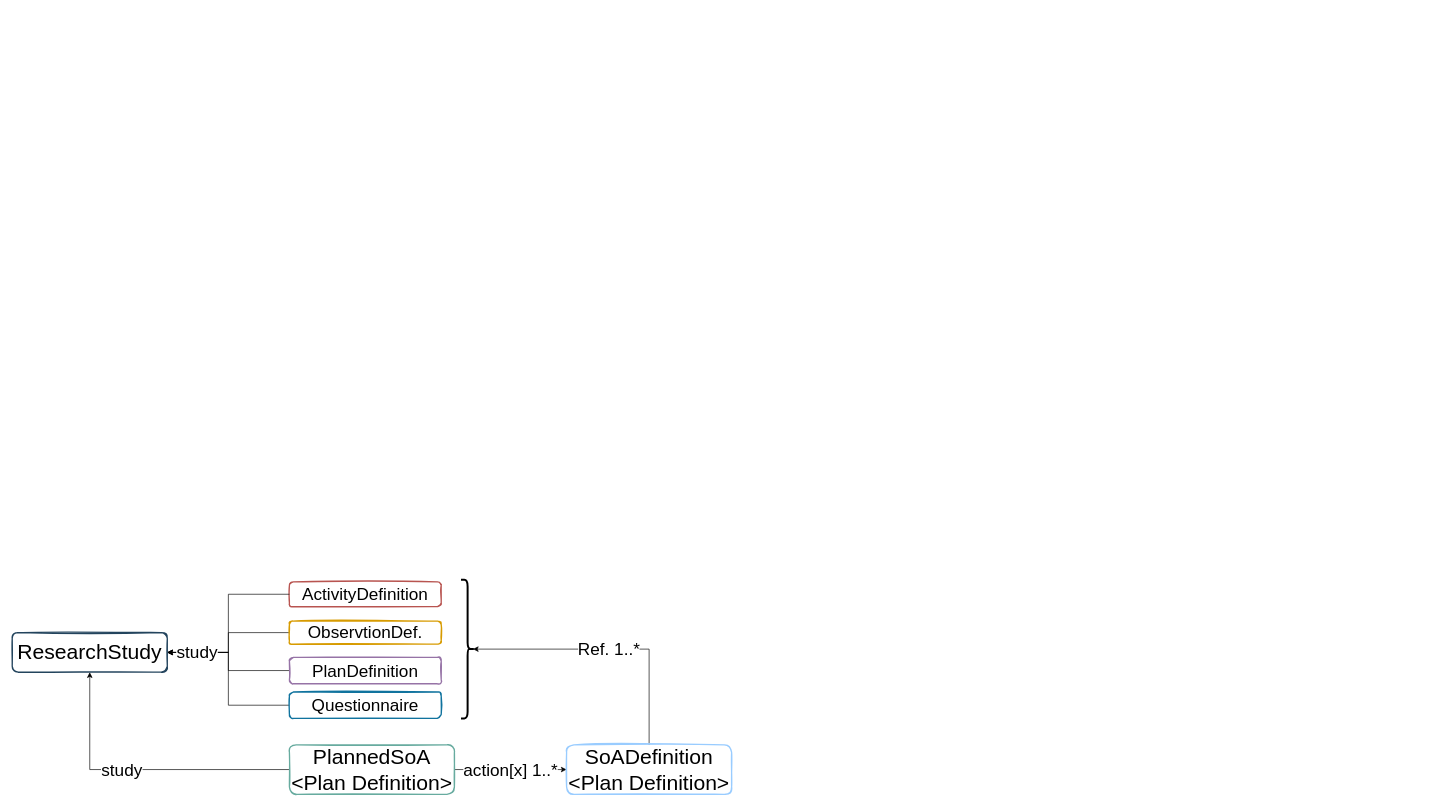
Earlier version of the draw.io diagram page "Copy of Page-1" (2 of 3) of input/models/DefinedActivities@Study.drawio (alpivonka/FHIR-ClinicalTrial-Examples). Source tidied: cells renumbered, new cells numbered last; positions are measured from the earlier drawing's top-left corner, leaving out a move shared by most shapes. Both pictures are drawn from the tidied source at 66%, with x=0, y=0 at pixel (12, 579).
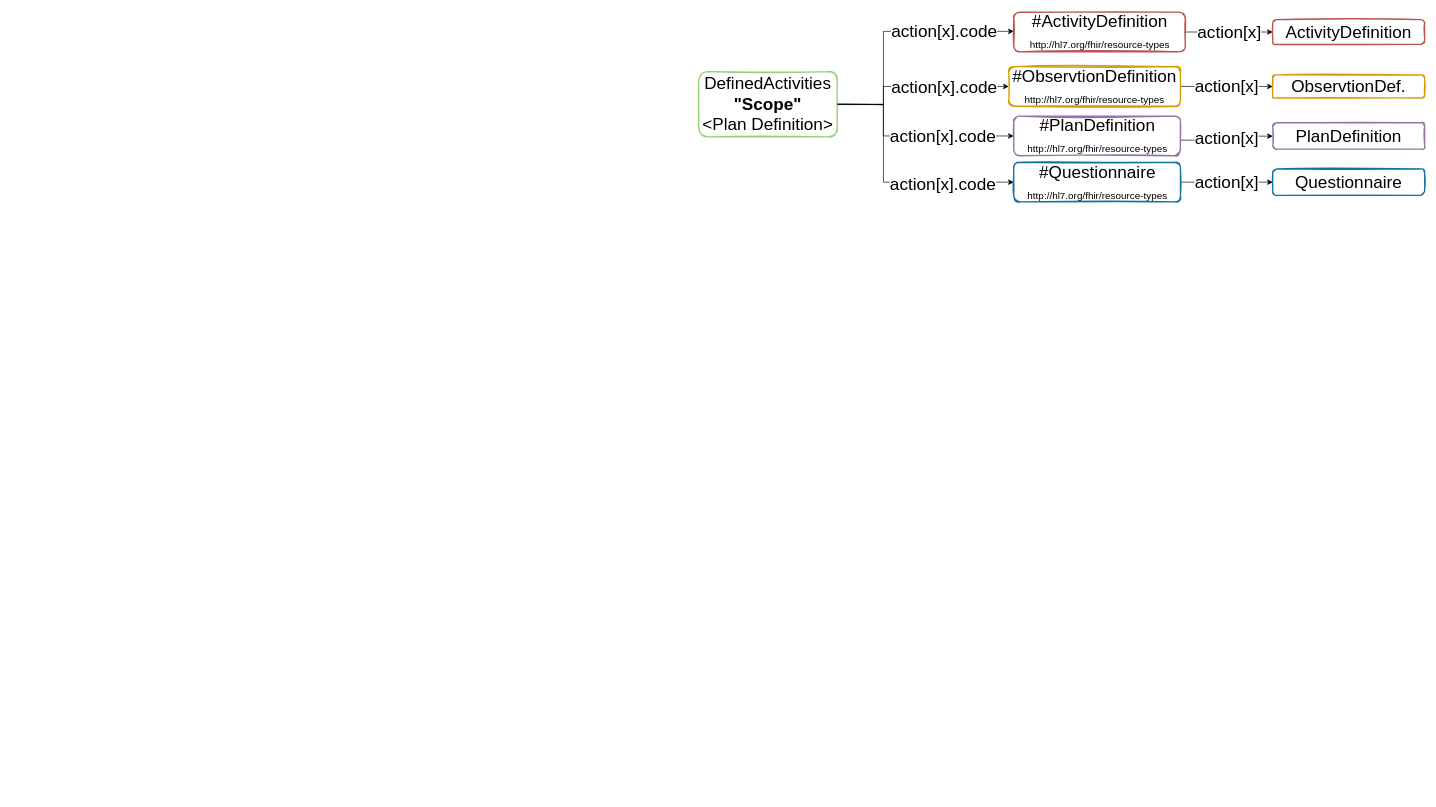
The same diagram, later.

The edit, as a diff of the source:
```diff
@@
-    <mxCell id="0" />
-    <mxCell id="1" parent="0" />
+    <mxCell id="21" />
+    <mxCell id="22" parent="21" />
-    <mxCell id="2" value="action[x].code" style="edgeStyle=orthogonalEdgeStyle;rounded=0;orthogonalLoop=1;jettySize=auto;html=1;fontSize=26;" parent="1" edge="1">
-      <mxGeometry x="0.33" relative="1" as="geometry">
-        <mxPoint x="650" y="127.6" as="sourcePoint" />
+    <mxCell id="2" value="action[x].code" style="edgeStyle=orthogonalEdgeStyle;rounded=0;jettySize=auto;html=1;fontSize=26;" parent="22" edge="1" target="26">
+      <mxGeometry x="0.44" relative="1" as="geometry">
+        <mxPoint x="1250" y="-720" as="sourcePoint" />
         <Array as="points">
-          <mxPoint x="680" y="128" />
-          <mxPoint x="680" y="20" />
+          <mxPoint x="1320" y="-720" />
+          <mxPoint x="1320" y="-831" />
         </Array>
       </mxGeometry>
     </mxCell>
-    <mxCell id="3" value="action[x].code" style="edgeStyle=orthogonalEdgeStyle;rounded=0;orthogonalLoop=1;jettySize=auto;html=1;fontSize=26;entryX=0;entryY=0.5;entryDx=0;entryDy=0;" parent="1" edge="1">
-      <mxGeometry x="0.3" relative="1" as="geometry">
-        <mxPoint x="650" y="127.6" as="sourcePoint" />
-        <Array as="points">
-          <mxPoint x="680" y="128" />
-          <mxPoint x="680" y="234" />
-        </Array>
-        <mxPoint x="1" as="offset" />
-      </mxGeometry>
-    </mxCell>
-    <mxCell id="4" value="ResearchStudy" style="whiteSpace=wrap;html=1;fontSize=32;fillColor=none;strokeColor=#23445d;rounded=1;strokeWidth=2;fillWeight=4;hachureGap=8;hachureAngle=45;sketch=1;glass=0;shadow=0;" parent="1" vertex="1">
-      <mxGeometry y="80" width="235" height="60" as="geometry" />
-    </mxCell>
-    <mxCell id="5" value="action[x].code" style="edgeStyle=orthogonalEdgeStyle;rounded=0;orthogonalLoop=1;jettySize=auto;html=1;fontSize=26;entryX=0;entryY=0.5;entryDx=0;entryDy=0;exitX=1;exitY=0.5;exitDx=0;exitDy=0;" parent="1" edge="1">
-      <mxGeometry x="0.13" relative="1" as="geometry">
-        <mxPoint x="650" y="127.5" as="sourcePoint" />
-        <Array as="points">
-          <mxPoint x="680" y="128" />
-          <mxPoint x="680" y="164" />
-        </Array>
-        <mxPoint x="1" as="offset" />
-      </mxGeometry>
-    </mxCell>
-    <mxCell id="6" value="action[x].code" style="edgeStyle=orthogonalEdgeStyle;rounded=0;orthogonalLoop=1;jettySize=auto;html=1;fontSize=26;entryX=0;entryY=0.5;entryDx=0;entryDy=0;exitX=1.008;exitY=0.613;exitDx=0;exitDy=0;exitPerimeter=0;" parent="1" edge="1">
-      <mxGeometry x="0.21" relative="1" as="geometry">
-        <mxPoint x="652" y="136" as="sourcePoint" />
-        <Array as="points">
-          <mxPoint x="652" y="128" />
-          <mxPoint x="680" y="128" />
-          <mxPoint x="680" y="89" />
-        </Array>
-      </mxGeometry>
-    </mxCell>
+    <mxCell id="23" value="action[x].code" style="edgeStyle=orthogonalEdgeStyle;rounded=0;jettySize=auto;html=1;fontSize=26;entryX=0;entryY=0.5;entryDx=0;entryDy=0;exitX=1;exitY=0.5;exitDx=0;exitDy=0;" parent="22" edge="1" source="24" target="28">
+      <mxGeometry x="0.44" y="-2" relative="1" as="geometry">
+        <Array as="points">
+          <mxPoint x="1320" y="-721" />
+          <mxPoint x="1320" y="-602" />
+        </Array>
+        <mxPoint y="1" as="offset" />
+      </mxGeometry>
+    </mxCell>
+    <mxCell id="24" value="DefinedActivities&lt;br&gt;&lt;b&gt;&quot;Scope&quot;&lt;/b&gt;&lt;br style=&quot;font-size: 26px;&quot;&gt;&amp;lt;Plan Definition&amp;gt;" style="rounded=1;whiteSpace=wrap;html=1;strokeWidth=2;fillWeight=4;hachureGap=8;hachureAngle=45;fillColor=none;sketch=1;fontSize=26;strokeColor=#97D077;" parent="22" vertex="1">
+      <mxGeometry x="1040" y="-770" width="210" height="98.8" as="geometry" />
+    </mxCell>
+    <mxCell id="25" value="action[x]" style="edgeStyle=orthogonalEdgeStyle;rounded=0;jettySize=auto;html=1;fontSize=26;" parent="22" edge="1" source="26" target="7">
+      <mxGeometry relative="1" as="geometry" />
+    </mxCell>
+    <mxCell id="26" value="#ActivityDefinition&lt;br&gt;&lt;span style=&quot;font-size: 15px;&quot;&gt;http://hl7.org/fhir/resource-types&lt;/span&gt;" style="whiteSpace=wrap;html=1;fontSize=26;fillColor=none;strokeColor=#b85450;rounded=1;strokeWidth=2;fillWeight=4;hachureGap=8;hachureAngle=45;sketch=1;" parent="22" vertex="1">
+      <mxGeometry x="1517.5" y="-860" width="260" height="60" as="geometry" />
+    </mxCell>
+    <mxCell id="27" value="action[x]" style="edgeStyle=orthogonalEdgeStyle;rounded=0;jettySize=auto;html=1;fontSize=26;" parent="22" edge="1" source="28" target="13">
+      <mxGeometry relative="1" as="geometry" />
+    </mxCell>
+    <mxCell id="28" value="#Questionnaire&lt;br&gt;&lt;span style=&quot;font-size: 15px;&quot;&gt;http://hl7.org/fhir/resource-types&lt;/span&gt;" style="whiteSpace=wrap;html=1;fontSize=26;fillColor=none;strokeColor=#10739e;rounded=1;strokeWidth=2;fillWeight=4;hachureGap=8;hachureAngle=45;sketch=1;" parent="22" vertex="1">
+      <mxGeometry x="1517.5" y="-632.5" width="252.5" height="60" as="geometry" />
+    </mxCell>
+    <mxCell id="29" value="action[x].code" style="edgeStyle=orthogonalEdgeStyle;rounded=0;jettySize=auto;html=1;fontSize=26;entryX=0;entryY=0.5;entryDx=0;entryDy=0;exitX=1;exitY=0.5;exitDx=0;exitDy=0;" parent="22" edge="1" source="24" target="31">
+      <mxGeometry x="0.32" relative="1" as="geometry">
+        <Array as="points">
+          <mxPoint x="1260" y="-721" />
+          <mxPoint x="1320" y="-720" />
+          <mxPoint x="1320" y="-672" />
+        </Array>
+      </mxGeometry>
+    </mxCell>
+    <mxCell id="30" value="action[x]" style="edgeStyle=orthogonalEdgeStyle;rounded=0;jettySize=auto;html=1;fontSize=26;" parent="22" edge="1" source="31" target="11">
+      <mxGeometry relative="1" as="geometry">
+        <Array as="points">
+          <mxPoint x="1840" y="-666.2" />
+          <mxPoint x="1840" y="-672.2" />
+        </Array>
+      </mxGeometry>
+    </mxCell>
+    <mxCell id="31" value="#PlanDefinition&lt;br&gt;&lt;span style=&quot;font-size: 15px;&quot;&gt;http://hl7.org/fhir/resource-types&lt;/span&gt;" style="whiteSpace=wrap;html=1;fontSize=26;fillColor=none;strokeColor=#9673a6;rounded=1;strokeWidth=2;fillWeight=4;hachureGap=8;hachureAngle=45;sketch=1;" parent="22" vertex="1">
+      <mxGeometry x="1517.5" y="-702.5" width="252.5" height="60" as="geometry" />
+    </mxCell>
+    <mxCell id="32" value="action[x].code" style="edgeStyle=orthogonalEdgeStyle;rounded=0;jettySize=auto;html=1;fontSize=26;entryX=0;entryY=0.5;entryDx=0;entryDy=0;exitX=1;exitY=0.5;exitDx=0;exitDy=0;" parent="22" edge="1" source="24" target="34">
+      <mxGeometry x="0.32" y="-1" relative="1" as="geometry">
+        <Array as="points">
+          <mxPoint x="1260" y="-721" />
+          <mxPoint x="1320" y="-720" />
+          <mxPoint x="1320" y="-747" />
+        </Array>
+      </mxGeometry>
+    </mxCell>
+    <mxCell id="33" value="action[x]" style="edgeStyle=orthogonalEdgeStyle;rounded=0;jettySize=auto;html=1;fontSize=26;" parent="22" edge="1" source="34" target="9">
+      <mxGeometry relative="1" as="geometry" />
+    </mxCell>
+    <mxCell id="34" value="#ObservtionDefinition&lt;br&gt;&lt;span style=&quot;font-size: 15px;&quot;&gt;http://hl7.org/fhir/resource-types&lt;/span&gt;" style="whiteSpace=wrap;html=1;fontSize=26;fillColor=none;strokeColor=#d79b00;rounded=1;strokeWidth=2;fillWeight=4;hachureGap=8;hachureAngle=45;sketch=1;" parent="22" vertex="1">
+      <mxGeometry x="1510" y="-777.5" width="260" height="60" as="geometry" />
+    </mxCell>
-    <mxCell id="7" value="ActivityDefinition" style="whiteSpace=wrap;html=1;fontSize=26;fillColor=none;strokeColor=#b85450;rounded=1;strokeWidth=2;fillWeight=4;hachureGap=8;hachureAngle=45;sketch=1;" parent="1" vertex="1">
-      <mxGeometry x="420" y="3.1" width="230" height="37.5" as="geometry" />
+    <mxCell id="7" value="ActivityDefinition" style="whiteSpace=wrap;html=1;fontSize=26;fillColor=none;strokeColor=#b85450;rounded=1;strokeWidth=2;fillWeight=4;hachureGap=8;hachureAngle=45;sketch=1;" parent="22" vertex="1">
+      <mxGeometry x="1910" y="-848.8" width="230" height="37.5" as="geometry" />
     </mxCell>
-    <mxCell id="8" style="edgeStyle=orthogonalEdgeStyle;rounded=0;jettySize=auto;html=1;entryX=1;entryY=0.5;entryDx=0;entryDy=0;fontSize=26;" parent="1" edge="1" source="9" target="4">
-      <mxGeometry relative="1" as="geometry" />
-    </mxCell>
-    <mxCell id="9" value="ObservtionDef." style="whiteSpace=wrap;html=1;fontSize=26;fillColor=none;strokeColor=#d79b00;rounded=1;strokeWidth=2;fillWeight=4;hachureGap=8;hachureAngle=45;sketch=1;" parent="1" vertex="1">
-      <mxGeometry x="420" y="62.5" width="230" height="35" as="geometry" />
+    <mxCell id="9" value="ObservtionDef." style="whiteSpace=wrap;html=1;fontSize=26;fillColor=none;strokeColor=#d79b00;rounded=1;strokeWidth=2;fillWeight=4;hachureGap=8;hachureAngle=45;sketch=1;" parent="22" vertex="1">
+      <mxGeometry x="1910" y="-765" width="230" height="35" as="geometry" />
     </mxCell>
-    <mxCell id="10" style="edgeStyle=orthogonalEdgeStyle;rounded=0;jettySize=auto;html=1;fontSize=26;" parent="1" edge="1" source="11" target="4">
-      <mxGeometry relative="1" as="geometry" />
-    </mxCell>
-    <mxCell id="11" value="PlanDefinition" style="whiteSpace=wrap;html=1;fontSize=26;fillColor=none;strokeColor=#9673a6;rounded=1;strokeWidth=2;fillWeight=4;hachureGap=8;hachureAngle=45;sketch=1;" parent="1" vertex="1">
-      <mxGeometry x="420" y="117.5" width="230" height="40" as="geometry" />
+    <mxCell id="11" value="PlanDefinition" style="whiteSpace=wrap;html=1;fontSize=26;fillColor=none;strokeColor=#9673a6;rounded=1;strokeWidth=2;fillWeight=4;hachureGap=8;hachureAngle=45;sketch=1;" parent="22" vertex="1">
+      <mxGeometry x="1910" y="-692.5" width="230" height="40" as="geometry" />
     </mxCell>
-    <mxCell id="12" style="edgeStyle=orthogonalEdgeStyle;rounded=0;jettySize=auto;html=1;entryX=1;entryY=0.5;entryDx=0;entryDy=0;fontSize=26;" parent="1" edge="1" source="13" target="4">
-      <mxGeometry relative="1" as="geometry" />
-    </mxCell>
-    <mxCell id="13" value="Questionnaire" style="whiteSpace=wrap;html=1;fontSize=26;fillColor=none;strokeColor=#10739e;rounded=1;strokeWidth=2;fillWeight=4;hachureGap=8;hachureAngle=45;sketch=1;" parent="1" vertex="1">
-      <mxGeometry x="420" y="170" width="230" height="40" as="geometry" />
+    <mxCell id="13" value="Questionnaire" style="whiteSpace=wrap;html=1;fontSize=26;fillColor=none;strokeColor=#10739e;rounded=1;strokeWidth=2;fillWeight=4;hachureGap=8;hachureAngle=45;sketch=1;" parent="22" vertex="1">
+      <mxGeometry x="1910" y="-622.5" width="230" height="40" as="geometry" />
     </mxCell>
-    <mxCell id="14" value="study" style="edgeStyle=orthogonalEdgeStyle;rounded=0;jettySize=auto;html=1;entryX=0.5;entryY=1;entryDx=0;entryDy=0;fontSize=26;exitX=0;exitY=0.5;exitDx=0;exitDy=0;" parent="1" edge="1" source="16" target="4">
-      <mxGeometry x="0.13" relative="1" as="geometry" />
-    </mxCell>
-    <mxCell id="15" value="action[x] 1..*" style="edgeStyle=orthogonalEdgeStyle;rounded=0;jettySize=auto;html=1;fontSize=26;" parent="1" edge="1" source="16" target="18">
-      <mxGeometry relative="1" as="geometry" />
-    </mxCell>
-    <mxCell id="16" value="PlannedSoA&lt;br&gt;&amp;lt;Plan Definition&amp;gt;" style="rounded=1;whiteSpace=wrap;html=1;strokeWidth=2;fillWeight=4;hachureGap=8;hachureAngle=45;fillColor=none;sketch=1;fontSize=32;strokeColor=#67AB9F;" parent="1" vertex="1">
-      <mxGeometry x="420" y="250" width="250" height="75" as="geometry" />
-    </mxCell>
-    <mxCell id="17" value="Ref. 1..*" style="edgeStyle=orthogonalEdgeStyle;rounded=0;jettySize=auto;html=1;entryX=0.1;entryY=0.5;entryDx=0;entryDy=0;entryPerimeter=0;fontSize=26;exitX=0.5;exitY=0;exitDx=0;exitDy=0;" parent="1" edge="1" source="18" target="19">
-      <mxGeometry relative="1" as="geometry">
-        <Array as="points">
-          <mxPoint x="965" y="105" />
-        </Array>
-      </mxGeometry>
-    </mxCell>
-    <mxCell id="18" value="SoADefinition&lt;br&gt;&amp;lt;Plan Definition&amp;gt;" style="rounded=1;whiteSpace=wrap;html=1;strokeWidth=2;fillWeight=4;hachureGap=8;hachureAngle=45;fillColor=none;sketch=1;fontSize=32;strokeColor=#99CCFF;" parent="1" vertex="1">
-      <mxGeometry x="840" y="250" width="250" height="75" as="geometry" />
-    </mxCell>
-    <mxCell id="19" style="shape=curlyBracket;whiteSpace=wrap;html=1;rounded=1;flipH=1;labelPosition=right;verticalLabelPosition=middle;align=left;verticalAlign=middle;shadow=0;glass=0;strokeColor=#000000;strokeWidth=3;fontSize=26;fillColor=#000000;" parent="1" vertex="1">
-      <mxGeometry x="680" width="20" height="210" as="geometry" />
-    </mxCell>
-    <mxCell id="20" value="study" style="edgeStyle=orthogonalEdgeStyle;rounded=0;jettySize=auto;html=1;entryX=1;entryY=0.5;entryDx=0;entryDy=0;fontSize=26;" parent="1" edge="1" source="7" target="4">
-      <mxGeometry x="0.67" relative="1" as="geometry" />
-    </mxCell>
```
